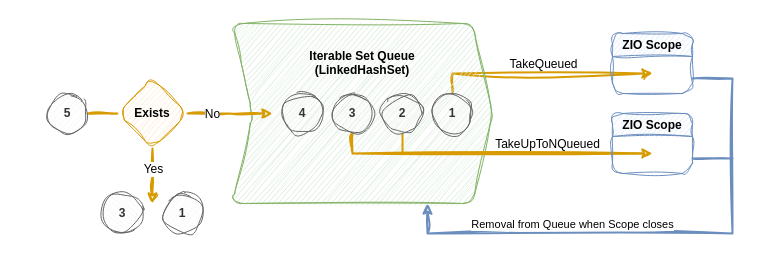
This is assets/images/2024/04/unique_job_queue.drawio from stevenrskelton/stevenrskelton.github.io, a draw.io file, before an edit. Source tidied: cells renumbered, new cells numbered last; positions are measured from the earlier drawing's top-left corner, leaving out a move shared by most shapes. Both pictures are drawn from the tidied source at 100%, with x=0, y=0 at pixel (47, 23).
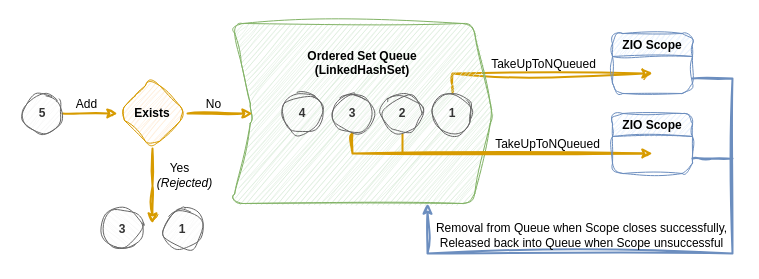
Above is the later version.

Unchanged cells that the change refers to:
```xml
<mxCell id="2" style="edgeStyle=orthogonalEdgeStyle;rounded=0;jettySize=auto;html=1;fillColor=#ffe6cc;strokeColor=#d79b00;strokeWidth=2;sketch=1;curveFitting=1;jiggle=2;exitX=0.5;exitY=0;exitDx=0;exitDy=0;" parent="1" edge="1" source="21">
  <mxGeometry relative="1" as="geometry">
    <mxPoint x="605" y="50" as="targetPoint" />
    <Array as="points">
      <mxPoint x="405" y="50" />
    </Array>
  </mxGeometry>
</mxCell>
<mxCell id="8" value="Exists" style="rhombus;whiteSpace=wrap;html=1;fillColor=#ffe6cc;strokeColor=#d79b00;rounded=1;sketch=1;curveFitting=1;jiggle=2;shadow=0;textShadow=0;fontStyle=1;" parent="1" vertex="1">
  <mxGeometry x="70" y="55" width="70" height="70" as="geometry" />
</mxCell>
<mxCell id="15" value="ZIO Scope" style="swimlane;whiteSpace=wrap;html=1;fillColor=#dae8fc;strokeColor=#6c8ebf;rounded=1;swimlaneLine=1;sketch=1;curveFitting=1;jiggle=2;" parent="1" vertex="1">
  <mxGeometry x="565" y="10" width="80" height="60" as="geometry" />
</mxCell>
<mxCell id="23" value="ZIO Scope" style="swimlane;whiteSpace=wrap;html=1;fillColor=#dae8fc;strokeColor=#6c8ebf;rounded=1;swimlaneLine=1;sketch=1;curveFitting=1;jiggle=2;" parent="1" vertex="1">
  <mxGeometry x="565" y="90" width="80" height="60" as="geometry" />
</mxCell>
```

What changed in the source:
```diff
@@
-    <mxCell id="3" value="TakeQueued" style="edgeLabel;html=1;align=center;verticalAlign=middle;labelBackgroundColor=none;fontSize=12;" parent="2" vertex="1">
+    <mxCell id="3" value="TakeUpToNQueued" style="edgeLabel;html=1;align=center;verticalAlign=middle;labelBackgroundColor=none;fontSize=12;" parent="2" vertex="1">
       <mxGeometry x="0.88" relative="1" as="geometry">
         <mxPoint x="-97" y="-10" as="offset" />
       </mxGeometry>
     </mxCell>
-    <mxCell id="4" value="Iterable Set Queue&lt;br&gt;&lt;div&gt;(LinkedHashSet)&lt;/div&gt;&lt;div&gt;&lt;br&gt;&lt;/div&gt;&lt;div&gt;&lt;br&gt;&lt;/div&gt;&lt;div&gt;&lt;br&gt;&lt;/div&gt;&lt;div&gt;&lt;br&gt;&lt;/div&gt;&lt;div&gt;&lt;br&gt;&lt;/div&gt;&lt;div&gt;&lt;br&gt;&lt;/div&gt;&lt;div&gt;&lt;br&gt;&lt;/div&gt;" style="shape=step;perimeter=stepPerimeter;whiteSpace=wrap;html=1;fixedSize=1;rounded=1;sketch=1;curveFitting=1;jiggle=2;fillColor=#d5e8d4;strokeColor=#82b366;shadow=0;textShadow=0;fontStyle=1;" parent="1" vertex="1">
+    <mxCell id="4" value="Ordered Set Queue&lt;br&gt;&lt;div&gt;(LinkedHashSet)&lt;/div&gt;&lt;div&gt;&lt;br&gt;&lt;/div&gt;&lt;div&gt;&lt;br&gt;&lt;/div&gt;&lt;div&gt;&lt;br&gt;&lt;/div&gt;&lt;div&gt;&lt;br&gt;&lt;/div&gt;&lt;div&gt;&lt;br&gt;&lt;/div&gt;&lt;div&gt;&lt;br&gt;&lt;/div&gt;&lt;div&gt;&lt;br&gt;&lt;/div&gt;" style="shape=step;perimeter=stepPerimeter;whiteSpace=wrap;html=1;fixedSize=1;rounded=1;sketch=1;curveFitting=1;jiggle=2;fillColor=#d5e8d4;strokeColor=#82b366;shadow=0;textShadow=0;fontStyle=1;" parent="1" vertex="1">
       <mxGeometry x="185" width="260" height="180" as="geometry" />
     </mxCell>
@@
-    <mxCell id="7" style="edgeStyle=orthogonalEdgeStyle;rounded=0;jettySize=auto;html=1;exitX=0;exitY=0.5;exitDx=0;exitDy=0;fillColor=#ffe6cc;strokeColor=#d79b00;strokeWidth=2;endArrow=none;endFill=0;sketch=1;curveFitting=1;jiggle=2;entryX=1;entryY=0.5;entryDx=0;entryDy=0;" parent="1" edge="1" source="8" target="16">
-      <mxGeometry relative="1" as="geometry" />
-    </mxCell>
@@
-    <mxCell id="9" style="edgeStyle=orthogonalEdgeStyle;rounded=0;jettySize=auto;html=1;exitX=1;exitY=0.5;exitDx=0;exitDy=0;shadow=0;textShadow=0;sketch=1;curveFitting=1;jiggle=2;flowAnimation=0;fillColor=#ffe6cc;strokeColor=#d79b00;strokeWidth=2;" parent="1" edge="1" source="8">
-      <mxGeometry relative="1" as="geometry">
-        <mxPoint x="225" y="90" as="targetPoint" />
-      </mxGeometry>
+    <mxCell id="9" style="edgeStyle=orthogonalEdgeStyle;rounded=0;jettySize=auto;html=1;exitX=1;exitY=0.5;exitDx=0;exitDy=0;shadow=0;textShadow=0;sketch=1;curveFitting=1;jiggle=2;flowAnimation=0;fillColor=#ffe6cc;strokeColor=#d79b00;strokeWidth=2;entryX=0;entryY=0.5;entryDx=0;entryDy=0;" parent="1" edge="1" source="8" target="4">
+      <mxGeometry relative="1" as="geometry" />
     </mxCell>
-    <mxCell id="10" value="No" style="edgeLabel;html=1;align=center;verticalAlign=middle;labelBackgroundColor=default;fontSize=12;spacingTop=0;labelBorderColor=none;" parent="9" vertex="1">
+    <mxCell id="10" value="No" style="edgeLabel;html=1;align=center;verticalAlign=middle;labelBackgroundColor=none;fontSize=12;spacingTop=0;labelBorderColor=none;" parent="9" vertex="1">
       <mxGeometry x="0.32" y="-2" relative="1" as="geometry">
-        <mxPoint x="-31" y="-2" as="offset" />
+        <mxPoint x="-18" y="-12" as="offset" />
       </mxGeometry>
     </mxCell>
     <mxCell id="11" style="edgeStyle=orthogonalEdgeStyle;rounded=0;jettySize=auto;html=1;exitX=0.5;exitY=1;exitDx=0;exitDy=0;shadow=0;textShadow=0;sketch=1;curveFitting=1;jiggle=2;flowAnimation=0;fillColor=#ffe6cc;strokeColor=#d79b00;strokeWidth=2;" parent="1" edge="1" source="8">
       <mxGeometry relative="1" as="geometry">
-        <mxPoint x="105" y="180" as="targetPoint" />
+        <mxPoint x="105" y="200" as="targetPoint" />
       </mxGeometry>
     </mxCell>
-    <mxCell id="12" value="Yes" style="edgeLabel;html=1;align=center;verticalAlign=middle;labelBackgroundColor=default;fontSize=12;spacingTop=2;" parent="11" vertex="1">
+    <mxCell id="12" value="Yes&lt;br&gt;&lt;font style=&quot;font-size: 12px;&quot;&gt;&lt;i&gt;&amp;nbsp;&amp;nbsp; &lt;font style=&quot;font-size: 12px;&quot;&gt;(Rejected)&lt;/font&gt;&lt;/i&gt;&lt;/font&gt;" style="edgeLabel;html=1;align=center;verticalAlign=middle;labelBackgroundColor=none;fontSize=12;spacingTop=2;" parent="11" vertex="1">
       <mxGeometry x="0.32" y="-2" relative="1" as="geometry">
-        <mxPoint x="2" y="-17" as="offset" />
+        <mxPoint x="28" y="-24" as="offset" />
       </mxGeometry>
     </mxCell>
     <mxCell id="13" style="edgeStyle=orthogonalEdgeStyle;rounded=0;jettySize=auto;html=1;entryX=0.75;entryY=1;entryDx=0;entryDy=0;fillColor=#dae8fc;strokeColor=#6c8ebf;strokeWidth=2;sketch=1;curveFitting=1;jiggle=2;exitX=1;exitY=0.75;exitDx=0;exitDy=0;" parent="1" edge="1" source="15" target="4">
       <mxGeometry relative="1" as="geometry">
         <Array as="points">
           <mxPoint x="685" y="55" />
-          <mxPoint x="685" y="210" />
-          <mxPoint x="380" y="210" />
+          <mxPoint x="685" y="230" />
+          <mxPoint x="380" y="230" />
         </Array>
       </mxGeometry>
     </mxCell>
-    <mxCell id="14" value="Removal from Queue when Scope closes" style="edgeLabel;html=1;align=center;verticalAlign=middle;" parent="13" vertex="1">
+    <mxCell id="14" value="Removal from Queue when Scope closes successfully,&lt;br style=&quot;font-size: 12px;&quot;&gt;Released back into Queue when Scope unsuccessful" style="edgeLabel;html=1;align=center;verticalAlign=middle;labelBackgroundColor=none;fontSize=12;" parent="13" vertex="1">
       <mxGeometry x="-0.2" y="-2" relative="1" as="geometry">
-        <mxPoint x="-144" y="-8" as="offset" />
+        <mxPoint x="-139" y="-17" as="offset" />
       </mxGeometry>
     </mxCell>
@@
+    <mxCell id="26" style="edgeStyle=orthogonalEdgeStyle;rounded=0;jettySize=auto;html=1;exitX=1;exitY=0.5;exitDx=0;exitDy=0;entryX=0;entryY=0.5;entryDx=0;entryDy=0;fillColor=#ffe6cc;strokeColor=#d79b00;strokeWidth=2;sketch=1;curveFitting=1;jiggle=2;" parent="1" edge="1" source="16" target="8">
+      <mxGeometry relative="1" as="geometry" />
+    </mxCell>
+    <mxCell id="27" value="Add" style="edgeLabel;html=1;align=center;verticalAlign=middle;fontSize=12;labelBackgroundColor=none;" parent="26" vertex="1">
+      <mxGeometry y="-1" relative="1" as="geometry">
+        <mxPoint x="-5" y="-11" as="offset" />
+      </mxGeometry>
+    </mxCell>
     <mxCell id="16" value="&lt;b&gt;5&lt;/b&gt;" style="ellipse;whiteSpace=wrap;html=1;sketch=1;curveFitting=1;jiggle=2;fillColor=#f5f5f5;fontColor=#333333;strokeColor=#666666;" parent="1" vertex="1">
-      <mxGeometry y="70" width="40" height="40" as="geometry" />
+      <mxGeometry x="-25" y="70" width="40" height="40" as="geometry" />
     </mxCell>
@@
-    <mxCell id="22" style="edgeStyle=orthogonalEdgeStyle;rounded=0;jettySize=auto;html=1;exitX=1;exitY=0.75;exitDx=0;exitDy=0;strokeWidth=2;fillColor=#dae8fc;strokeColor=#6c8ebf;endArrow=none;endFill=0;sketch=1;curveFitting=1;jiggle=2;" parent="1" edge="1" source="23">
-      <mxGeometry relative="1" as="geometry">
-        <mxPoint x="685" y="135" as="targetPoint" />
-        <Array as="points">
-          <mxPoint x="685" y="135" />
-        </Array>
-      </mxGeometry>
-    </mxCell>
+    <mxCell id="28" style="edgeStyle=orthogonalEdgeStyle;rounded=0;jettySize=auto;html=1;exitX=1;exitY=0.75;exitDx=0;exitDy=0;fillColor=#dae8fc;strokeColor=#6c8ebf;endArrow=none;endFill=0;strokeWidth=2;sketch=1;curveFitting=1;jiggle=2;" parent="1" edge="1" source="23">
+      <mxGeometry relative="1" as="geometry">
+        <mxPoint x="685" y="135" as="targetPoint" />
+      </mxGeometry>
+    </mxCell>
@@
     <mxCell id="24" value="&lt;b&gt;1&lt;/b&gt;" style="ellipse;whiteSpace=wrap;html=1;sketch=1;curveFitting=1;jiggle=2;fillColor=#f5f5f5;fontColor=#333333;strokeColor=#666666;" parent="1" vertex="1">
-      <mxGeometry x="115" y="170" width="40" height="40" as="geometry" />
+      <mxGeometry x="115" y="185.5" width="40" height="40" as="geometry" />
     </mxCell>
     <mxCell id="25" value="&lt;b&gt;3&lt;/b&gt;" style="ellipse;whiteSpace=wrap;html=1;sketch=1;curveFitting=1;jiggle=2;fillColor=#f5f5f5;fontColor=#333333;strokeColor=#666666;direction=south;" parent="1" vertex="1">
-      <mxGeometry x="55" y="170" width="40" height="40" as="geometry" />
+      <mxGeometry x="55" y="185.5" width="40" height="40" as="geometry" />
     </mxCell>
+    <mxCell id="29" style="endArrow=none;html=1;rounded=0;strokeWidth=0;strokeColor=#feffff;" parent="1" edge="1">
+      <mxGeometry relative="1" as="geometry">
+        <mxPoint x="-30" y="-5" as="sourcePoint" />
+        <mxPoint x="-30" y="-6" as="targetPoint" />
+      </mxGeometry>
+    </mxCell>
```
